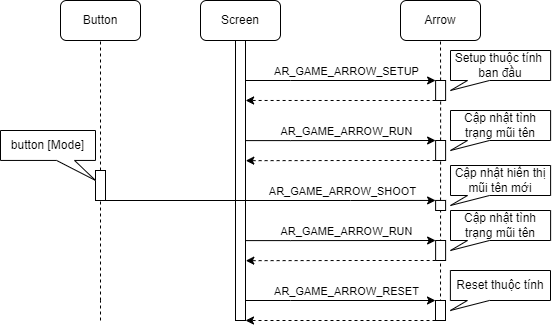
Earlier version of the draw.io export images/arrow_sequence.png (QuocBuu/tai_lieu_archery_game). Source tidied: cells renumbered, new cells last; positions are measured from the earlier drawing's top-left corner, leaving out a move shared by most shapes. Its diagram source:
```xml
<mxGraphModel>
  <root>
    <mxCell id="0" />
    <mxCell id="1" parent="0" />
    <mxCell id="2" value="Screen" style="rounded=1;whiteSpace=wrap;html=1;" parent="1" vertex="1">
      <mxGeometry x="200" width="80" height="40" as="geometry" />
    </mxCell>
    <mxCell id="3" value="Button" style="rounded=1;whiteSpace=wrap;html=1;" parent="1" vertex="1">
      <mxGeometry x="60" width="80" height="40" as="geometry" />
    </mxCell>
    <mxCell id="4" value="Arrow" style="rounded=1;whiteSpace=wrap;html=1;" parent="1" vertex="1">
      <mxGeometry x="400" width="80" height="40" as="geometry" />
    </mxCell>
    <mxCell id="5" style="endArrow=none;dashed=1;html=1;rounded=0;entryX=0.5;entryY=1;entryDx=0;entryDy=0;exitX=0.5;exitY=1;exitDx=0;exitDy=0;" parent="1" edge="1" source="10" target="2">
      <mxGeometry relative="1" as="geometry" />
    </mxCell>
    <mxCell id="6" style="endArrow=none;dashed=1;html=1;rounded=0;entryX=0.5;entryY=1;entryDx=0;entryDy=0;" parent="1" edge="1" source="15" target="3">
      <mxGeometry relative="1" as="geometry" />
    </mxCell>
    <mxCell id="7" style="endArrow=none;dashed=1;html=1;rounded=0;entryX=0.5;entryY=1;entryDx=0;entryDy=0;" parent="1" edge="1" source="13" target="4">
      <mxGeometry relative="1" as="geometry" />
    </mxCell>
    <mxCell id="8" style="edgeStyle=orthogonalEdgeStyle;rounded=0;jettySize=auto;html=1;entryX=0;entryY=0;entryDx=0;entryDy=0;" parent="1" edge="1" target="13">
      <mxGeometry relative="1" as="geometry">
        <mxPoint x="245.1" y="80" as="sourcePoint" />
        <Array as="points">
          <mxPoint x="290.1" y="80" />
          <mxPoint x="290.1" y="80" />
        </Array>
      </mxGeometry>
    </mxCell>
    <mxCell id="9" value="AR_GAME_ARROW_SETUP" style="edgeLabel;html=1;align=center;verticalAlign=middle;" parent="8" vertex="1">
      <mxGeometry x="-0.03" y="-2" relative="1" as="geometry">
        <mxPoint x="8" y="-12" as="offset" />
      </mxGeometry>
    </mxCell>
    <mxCell id="10" style="rounded=0;whiteSpace=wrap;html=1;" parent="1" vertex="1">
      <mxGeometry x="235" y="40" width="10" height="280" as="geometry" />
    </mxCell>
    <mxCell id="11" style="endArrow=none;dashed=1;html=1;rounded=0;entryX=0.5;entryY=1;entryDx=0;entryDy=0;exitX=0.5;exitY=1;exitDx=0;exitDy=0;" parent="1" edge="1" source="27" target="13">
      <mxGeometry relative="1" as="geometry" />
    </mxCell>
    <mxCell id="12" style="edgeStyle=orthogonalEdgeStyle;rounded=0;jettySize=auto;html=1;exitX=0;exitY=1;exitDx=0;exitDy=0;entryX=1;entryY=0.147;entryDx=0;entryDy=0;entryPerimeter=0;dashed=1;" parent="1" edge="1" source="13">
      <mxGeometry relative="1" as="geometry">
        <mxPoint x="245.1" y="100" as="targetPoint" />
        <Array as="points">
          <mxPoint x="360.1" y="100" />
          <mxPoint x="360.1" y="100" />
        </Array>
      </mxGeometry>
    </mxCell>
    <mxCell id="13" style="rounded=0;whiteSpace=wrap;html=1;" parent="1" vertex="1">
      <mxGeometry x="435.1" y="80" width="10" height="20" as="geometry" />
    </mxCell>
    <mxCell id="14" style="endArrow=none;dashed=1;html=1;rounded=0;entryX=0.5;entryY=1;entryDx=0;entryDy=0;" parent="1" edge="1" target="15">
      <mxGeometry relative="1" as="geometry">
        <mxPoint x="100" y="300" as="sourcePoint" />
      </mxGeometry>
    </mxCell>
    <mxCell id="15" style="rounded=0;whiteSpace=wrap;html=1;" parent="1" vertex="1">
      <mxGeometry x="95" y="170" width="10" height="30" as="geometry" />
    </mxCell>
    <mxCell id="16" style="edgeStyle=orthogonalEdgeStyle;rounded=0;jettySize=auto;html=1;entryX=0;entryY=0;entryDx=0;entryDy=0;exitX=0.989;exitY=0.265;exitDx=0;exitDy=0;exitPerimeter=0;" parent="1" edge="1" target="19">
      <mxGeometry relative="1" as="geometry">
        <mxPoint x="245" y="140.1" as="sourcePoint" />
        <Array as="points">
          <mxPoint x="290.1" y="140" />
        </Array>
      </mxGeometry>
    </mxCell>
    <mxCell id="17" value="AR_GAME_ARROW_RUN" style="edgeLabel;html=1;align=center;verticalAlign=middle;" parent="16" vertex="1">
      <mxGeometry x="-0.03" y="-2" relative="1" as="geometry">
        <mxPoint x="8" y="-12" as="offset" />
      </mxGeometry>
    </mxCell>
    <mxCell id="18" style="edgeStyle=orthogonalEdgeStyle;rounded=0;jettySize=auto;html=1;exitX=0;exitY=1;exitDx=0;exitDy=0;dashed=1;entryX=1.019;entryY=0.324;entryDx=0;entryDy=0;entryPerimeter=0;" parent="1" edge="1" source="19">
      <mxGeometry relative="1" as="geometry">
        <mxPoint x="245.3" y="160.2" as="targetPoint" />
        <Array as="points">
          <mxPoint x="360.1" y="160" />
        </Array>
      </mxGeometry>
    </mxCell>
    <mxCell id="19" style="rounded=0;whiteSpace=wrap;html=1;" parent="1" vertex="1">
      <mxGeometry x="435.1" y="140" width="10" height="20" as="geometry" />
    </mxCell>
    <mxCell id="20" style="endArrow=none;dashed=1;html=1;rounded=0;entryX=0.5;entryY=1;entryDx=0;entryDy=0;" parent="1" edge="1">
      <mxGeometry relative="1" as="geometry">
        <mxPoint x="100" y="320" as="sourcePoint" />
        <mxPoint x="100" y="300" as="targetPoint" />
      </mxGeometry>
    </mxCell>
    <mxCell id="21" style="edgeStyle=orthogonalEdgeStyle;rounded=0;jettySize=auto;html=1;entryX=0;entryY=0;entryDx=0;entryDy=0;exitX=1;exitY=1;exitDx=0;exitDy=0;" parent="1" edge="1" source="15" target="23">
      <mxGeometry relative="1" as="geometry">
        <Array as="points">
          <mxPoint x="350" y="200" />
          <mxPoint x="350" y="200" />
        </Array>
      </mxGeometry>
    </mxCell>
    <mxCell id="22" value="AR_GAME_ARROW_SHOOT" style="edgeLabel;html=1;align=center;verticalAlign=middle;" parent="21" vertex="1">
      <mxGeometry x="-0.03" y="-2" relative="1" as="geometry">
        <mxPoint x="77" y="-12" as="offset" />
      </mxGeometry>
    </mxCell>
    <mxCell id="23" style="rounded=0;whiteSpace=wrap;html=1;" parent="1" vertex="1">
      <mxGeometry x="435.1" y="199.9" width="10" height="10.1" as="geometry" />
    </mxCell>
    <mxCell id="24" style="edgeStyle=orthogonalEdgeStyle;rounded=0;jettySize=auto;html=1;entryX=0;entryY=0;entryDx=0;entryDy=0;exitX=0.989;exitY=0.265;exitDx=0;exitDy=0;exitPerimeter=0;" parent="1" edge="1" target="27">
      <mxGeometry relative="1" as="geometry">
        <mxPoint x="245" y="300" as="sourcePoint" />
        <Array as="points">
          <mxPoint x="290" y="300" />
        </Array>
      </mxGeometry>
    </mxCell>
    <mxCell id="25" value="AR_GAME_ARROW_RESET" style="edgeLabel;html=1;align=center;verticalAlign=middle;" parent="24" vertex="1">
      <mxGeometry x="-0.03" y="-2" relative="1" as="geometry">
        <mxPoint x="8" y="-12" as="offset" />
      </mxGeometry>
    </mxCell>
    <mxCell id="26" style="edgeStyle=orthogonalEdgeStyle;rounded=0;jettySize=auto;html=1;exitX=0;exitY=1;exitDx=0;exitDy=0;dashed=1;entryX=1.019;entryY=0.324;entryDx=0;entryDy=0;entryPerimeter=0;" parent="1" edge="1" source="27">
      <mxGeometry relative="1" as="geometry">
        <mxPoint x="245" y="320" as="targetPoint" />
        <Array as="points">
          <mxPoint x="360" y="320" />
        </Array>
      </mxGeometry>
    </mxCell>
    <mxCell id="27" style="rounded=0;whiteSpace=wrap;html=1;" parent="1" vertex="1">
      <mxGeometry x="435" y="300" width="10" height="20" as="geometry" />
    </mxCell>
    <mxCell id="28" value="Setup thuộc tính&amp;nbsp;&lt;br&gt;ban đầu" style="shape=callout;whiteSpace=wrap;html=1;perimeter=calloutPerimeter;position2=0;base=22;size=10;position=0.17;" parent="1" vertex="1">
      <mxGeometry x="450" y="50" width="100.1" height="40" as="geometry" />
    </mxCell>
    <mxCell id="29" value="Cập nhật tình trạng mũi tên" style="shape=callout;whiteSpace=wrap;html=1;perimeter=calloutPerimeter;position2=0;base=22;size=10;position=0.17;" parent="1" vertex="1">
      <mxGeometry x="450" y="110" width="100.1" height="40" as="geometry" />
    </mxCell>
    <mxCell id="30" value="Cập nhật hiển thị&lt;br&gt;mũi tên mới" style="shape=callout;whiteSpace=wrap;html=1;perimeter=calloutPerimeter;position2=0;base=22;size=10;position=0.17;" parent="1" vertex="1">
      <mxGeometry x="450" y="165" width="100.1" height="40" as="geometry" />
    </mxCell>
    <mxCell id="31" value="Reset thuộc tính" style="shape=callout;whiteSpace=wrap;html=1;perimeter=calloutPerimeter;position2=0;base=22;size=10;position=0.17;" parent="1" vertex="1">
      <mxGeometry x="449.9" y="270" width="100.1" height="40" as="geometry" />
    </mxCell>
    <mxCell id="32" value="button [Mode]" style="shape=callout;whiteSpace=wrap;html=1;perimeter=calloutPerimeter;position2=1;base=18;size=20;position=0.59;" parent="1" vertex="1">
      <mxGeometry y="130" width="95" height="49.9" as="geometry" />
    </mxCell>
    <mxCell id="33" style="edgeStyle=orthogonalEdgeStyle;rounded=0;jettySize=auto;html=1;entryX=0;entryY=0;entryDx=0;entryDy=0;exitX=0.989;exitY=0.265;exitDx=0;exitDy=0;exitPerimeter=0;" parent="1" edge="1" target="36">
      <mxGeometry relative="1" as="geometry">
        <mxPoint x="245" y="240.1" as="sourcePoint" />
        <Array as="points">
          <mxPoint x="290.1" y="240" />
        </Array>
      </mxGeometry>
    </mxCell>
    <mxCell id="34" value="AR_GAME_ARROW_RUN" style="edgeLabel;html=1;align=center;verticalAlign=middle;" parent="33" vertex="1">
      <mxGeometry x="-0.03" y="-2" relative="1" as="geometry">
        <mxPoint x="8" y="-12" as="offset" />
      </mxGeometry>
    </mxCell>
    <mxCell id="35" style="edgeStyle=orthogonalEdgeStyle;rounded=0;jettySize=auto;html=1;exitX=0;exitY=1;exitDx=0;exitDy=0;dashed=1;entryX=1.019;entryY=0.324;entryDx=0;entryDy=0;entryPerimeter=0;" parent="1" edge="1" source="36">
      <mxGeometry relative="1" as="geometry">
        <mxPoint x="245.3" y="260.2" as="targetPoint" />
        <Array as="points">
          <mxPoint x="360.1" y="260" />
        </Array>
      </mxGeometry>
    </mxCell>
    <mxCell id="36" style="rounded=0;whiteSpace=wrap;html=1;" parent="1" vertex="1">
      <mxGeometry x="435.1" y="240" width="10" height="20" as="geometry" />
    </mxCell>
    <mxCell id="37" value="Cập nhật tình trạng mũi tên" style="shape=callout;whiteSpace=wrap;html=1;perimeter=calloutPerimeter;position2=0;base=22;size=10;position=0.17;" parent="1" vertex="1">
      <mxGeometry x="450" y="210" width="100.1" height="40" as="geometry" />
    </mxCell>
  </root>
</mxGraphModel>
```
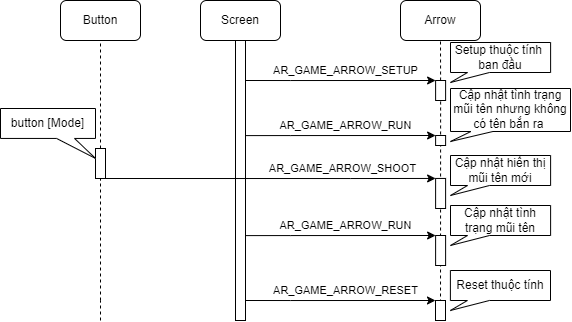
Later version of the same file.

The edit, as a diff of the source:
```diff
@@ -40,15 +40,6 @@
     <mxCell id="11" style="endArrow=none;dashed=1;html=1;rounded=0;entryX=0.5;entryY=1;entryDx=0;entryDy=0;exitX=0.5;exitY=1;exitDx=0;exitDy=0;" parent="1" edge="1" source="27" target="13">
       <mxGeometry relative="1" as="geometry" />
     </mxCell>
-    <mxCell id="12" style="edgeStyle=orthogonalEdgeStyle;rounded=0;jettySize=auto;html=1;exitX=0;exitY=1;exitDx=0;exitDy=0;entryX=1;entryY=0.147;entryDx=0;entryDy=0;entryPerimeter=0;dashed=1;" parent="1" edge="1" source="13">
-      <mxGeometry relative="1" as="geometry">
-        <mxPoint x="245.1" y="100" as="targetPoint" />
-        <Array as="points">
-          <mxPoint x="360.1" y="100" />
-          <mxPoint x="360.1" y="100" />
-        </Array>
-      </mxGeometry>
-    </mxCell>
     <mxCell id="13" style="rounded=0;whiteSpace=wrap;html=1;" parent="1" vertex="1">
       <mxGeometry x="435.1" y="80" width="10" height="20" as="geometry" />
     </mxCell>
@@ -58,13 +49,13 @@
       </mxGeometry>
     </mxCell>
     <mxCell id="15" style="rounded=0;whiteSpace=wrap;html=1;" parent="1" vertex="1">
-      <mxGeometry x="95" y="170" width="10" height="30" as="geometry" />
+      <mxGeometry x="95" y="148" width="10" height="30" as="geometry" />
     </mxCell>
     <mxCell id="16" style="edgeStyle=orthogonalEdgeStyle;rounded=0;jettySize=auto;html=1;entryX=0;entryY=0;entryDx=0;entryDy=0;exitX=0.989;exitY=0.265;exitDx=0;exitDy=0;exitPerimeter=0;" parent="1" edge="1" target="19">
       <mxGeometry relative="1" as="geometry">
-        <mxPoint x="245" y="140.1" as="sourcePoint" />
+        <mxPoint x="245" y="135.1" as="sourcePoint" />
         <Array as="points">
-          <mxPoint x="290.1" y="140" />
+          <mxPoint x="290.1" y="135" />
         </Array>
       </mxGeometry>
     </mxCell>
@@ -73,16 +64,8 @@
         <mxPoint x="8" y="-12" as="offset" />
       </mxGeometry>
     </mxCell>
-    <mxCell id="18" style="edgeStyle=orthogonalEdgeStyle;rounded=0;jettySize=auto;html=1;exitX=0;exitY=1;exitDx=0;exitDy=0;dashed=1;entryX=1.019;entryY=0.324;entryDx=0;entryDy=0;entryPerimeter=0;" parent="1" edge="1" source="19">
-      <mxGeometry relative="1" as="geometry">
-        <mxPoint x="245.3" y="160.2" as="targetPoint" />
-        <Array as="points">
-          <mxPoint x="360.1" y="160" />
-        </Array>
-      </mxGeometry>
-    </mxCell>
     <mxCell id="19" style="rounded=0;whiteSpace=wrap;html=1;" parent="1" vertex="1">
-      <mxGeometry x="435.1" y="140" width="10" height="20" as="geometry" />
+      <mxGeometry x="435.1" y="135" width="10" height="10" as="geometry" />
     </mxCell>
     <mxCell id="20" style="endArrow=none;dashed=1;html=1;rounded=0;entryX=0.5;entryY=1;entryDx=0;entryDy=0;" parent="1" edge="1">
       <mxGeometry relative="1" as="geometry">
@@ -93,8 +76,8 @@
     <mxCell id="21" style="edgeStyle=orthogonalEdgeStyle;rounded=0;jettySize=auto;html=1;entryX=0;entryY=0;entryDx=0;entryDy=0;exitX=1;exitY=1;exitDx=0;exitDy=0;" parent="1" edge="1" source="15" target="23">
       <mxGeometry relative="1" as="geometry">
         <Array as="points">
-          <mxPoint x="350" y="200" />
-          <mxPoint x="350" y="200" />
+          <mxPoint x="350" y="178" />
+          <mxPoint x="350" y="178" />
         </Array>
       </mxGeometry>
     </mxCell>
@@ -104,7 +87,7 @@
       </mxGeometry>
     </mxCell>
     <mxCell id="23" style="rounded=0;whiteSpace=wrap;html=1;" parent="1" vertex="1">
-      <mxGeometry x="435.1" y="199.9" width="10" height="10.1" as="geometry" />
+      <mxGeometry x="435.1" y="177.9" width="10" height="30.1" as="geometry" />
     </mxCell>
     <mxCell id="24" style="edgeStyle=orthogonalEdgeStyle;rounded=0;jettySize=auto;html=1;entryX=0;entryY=0;entryDx=0;entryDy=0;exitX=0.989;exitY=0.265;exitDx=0;exitDy=0;exitPerimeter=0;" parent="1" edge="1" target="27">
       <mxGeometry relative="1" as="geometry">
@@ -119,37 +102,29 @@
         <mxPoint x="8" y="-12" as="offset" />
       </mxGeometry>
     </mxCell>
-    <mxCell id="26" style="edgeStyle=orthogonalEdgeStyle;rounded=0;jettySize=auto;html=1;exitX=0;exitY=1;exitDx=0;exitDy=0;dashed=1;entryX=1.019;entryY=0.324;entryDx=0;entryDy=0;entryPerimeter=0;" parent="1" edge="1" source="27">
-      <mxGeometry relative="1" as="geometry">
-        <mxPoint x="245" y="320" as="targetPoint" />
-        <Array as="points">
-          <mxPoint x="360" y="320" />
-        </Array>
-      </mxGeometry>
-    </mxCell>
     <mxCell id="27" style="rounded=0;whiteSpace=wrap;html=1;" parent="1" vertex="1">
       <mxGeometry x="435" y="300" width="10" height="20" as="geometry" />
     </mxCell>
     <mxCell id="28" value="Setup thuộc tính&amp;nbsp;&lt;br&gt;ban đầu" style="shape=callout;whiteSpace=wrap;html=1;perimeter=calloutPerimeter;position2=0;base=22;size=10;position=0.17;" parent="1" vertex="1">
-      <mxGeometry x="450" y="50" width="100.1" height="40" as="geometry" />
+      <mxGeometry x="450" y="42" width="100.1" height="40" as="geometry" />
     </mxCell>
-    <mxCell id="29" value="Cập nhật tình trạng mũi tên" style="shape=callout;whiteSpace=wrap;html=1;perimeter=calloutPerimeter;position2=0;base=22;size=10;position=0.17;" parent="1" vertex="1">
-      <mxGeometry x="450" y="110" width="100.1" height="40" as="geometry" />
+    <mxCell id="29" value="Cập nhật tình trạng mũi tên nhưng không có tên bắn ra&amp;nbsp;" style="shape=callout;whiteSpace=wrap;html=1;perimeter=calloutPerimeter;position2=0;base=22;size=10;position=0.17;" parent="1" vertex="1">
+      <mxGeometry x="450" y="88" width="120" height="53" as="geometry" />
     </mxCell>
     <mxCell id="30" value="Cập nhật hiển thị&lt;br&gt;mũi tên mới" style="shape=callout;whiteSpace=wrap;html=1;perimeter=calloutPerimeter;position2=0;base=22;size=10;position=0.17;" parent="1" vertex="1">
-      <mxGeometry x="450" y="165" width="100.1" height="40" as="geometry" />
+      <mxGeometry x="450" y="155" width="100.1" height="40" as="geometry" />
     </mxCell>
     <mxCell id="31" value="Reset thuộc tính" style="shape=callout;whiteSpace=wrap;html=1;perimeter=calloutPerimeter;position2=0;base=22;size=10;position=0.17;" parent="1" vertex="1">
       <mxGeometry x="449.9" y="270" width="100.1" height="40" as="geometry" />
     </mxCell>
     <mxCell id="32" value="button [Mode]" style="shape=callout;whiteSpace=wrap;html=1;perimeter=calloutPerimeter;position2=1;base=18;size=20;position=0.59;" parent="1" vertex="1">
-      <mxGeometry y="130" width="95" height="49.9" as="geometry" />
+      <mxGeometry y="108" width="95" height="49.9" as="geometry" />
     </mxCell>
     <mxCell id="33" style="edgeStyle=orthogonalEdgeStyle;rounded=0;jettySize=auto;html=1;entryX=0;entryY=0;entryDx=0;entryDy=0;exitX=0.989;exitY=0.265;exitDx=0;exitDy=0;exitPerimeter=0;" parent="1" edge="1" target="36">
       <mxGeometry relative="1" as="geometry">
-        <mxPoint x="245" y="240.1" as="sourcePoint" />
+        <mxPoint x="245" y="235.1" as="sourcePoint" />
         <Array as="points">
-          <mxPoint x="290.1" y="240" />
+          <mxPoint x="290.1" y="235" />
         </Array>
       </mxGeometry>
     </mxCell>
@@ -158,19 +133,11 @@
         <mxPoint x="8" y="-12" as="offset" />
       </mxGeometry>
     </mxCell>
-    <mxCell id="35" style="edgeStyle=orthogonalEdgeStyle;rounded=0;jettySize=auto;html=1;exitX=0;exitY=1;exitDx=0;exitDy=0;dashed=1;entryX=1.019;entryY=0.324;entryDx=0;entryDy=0;entryPerimeter=0;" parent="1" edge="1" source="36">
-      <mxGeometry relative="1" as="geometry">
-        <mxPoint x="245.3" y="260.2" as="targetPoint" />
-        <Array as="points">
-          <mxPoint x="360.1" y="260" />
-        </Array>
-      </mxGeometry>
-    </mxCell>
     <mxCell id="36" style="rounded=0;whiteSpace=wrap;html=1;" parent="1" vertex="1">
-      <mxGeometry x="435.1" y="240" width="10" height="20" as="geometry" />
+      <mxGeometry x="435.1" y="235" width="10" height="30" as="geometry" />
     </mxCell>
     <mxCell id="37" value="Cập nhật tình trạng mũi tên" style="shape=callout;whiteSpace=wrap;html=1;perimeter=calloutPerimeter;position2=0;base=22;size=10;position=0.17;" parent="1" vertex="1">
-      <mxGeometry x="450" y="210" width="100.1" height="40" as="geometry" />
+      <mxGeometry x="450" y="205" width="100.1" height="40" as="geometry" />
     </mxCell>
   </root>
 </mxGraphModel>
```
